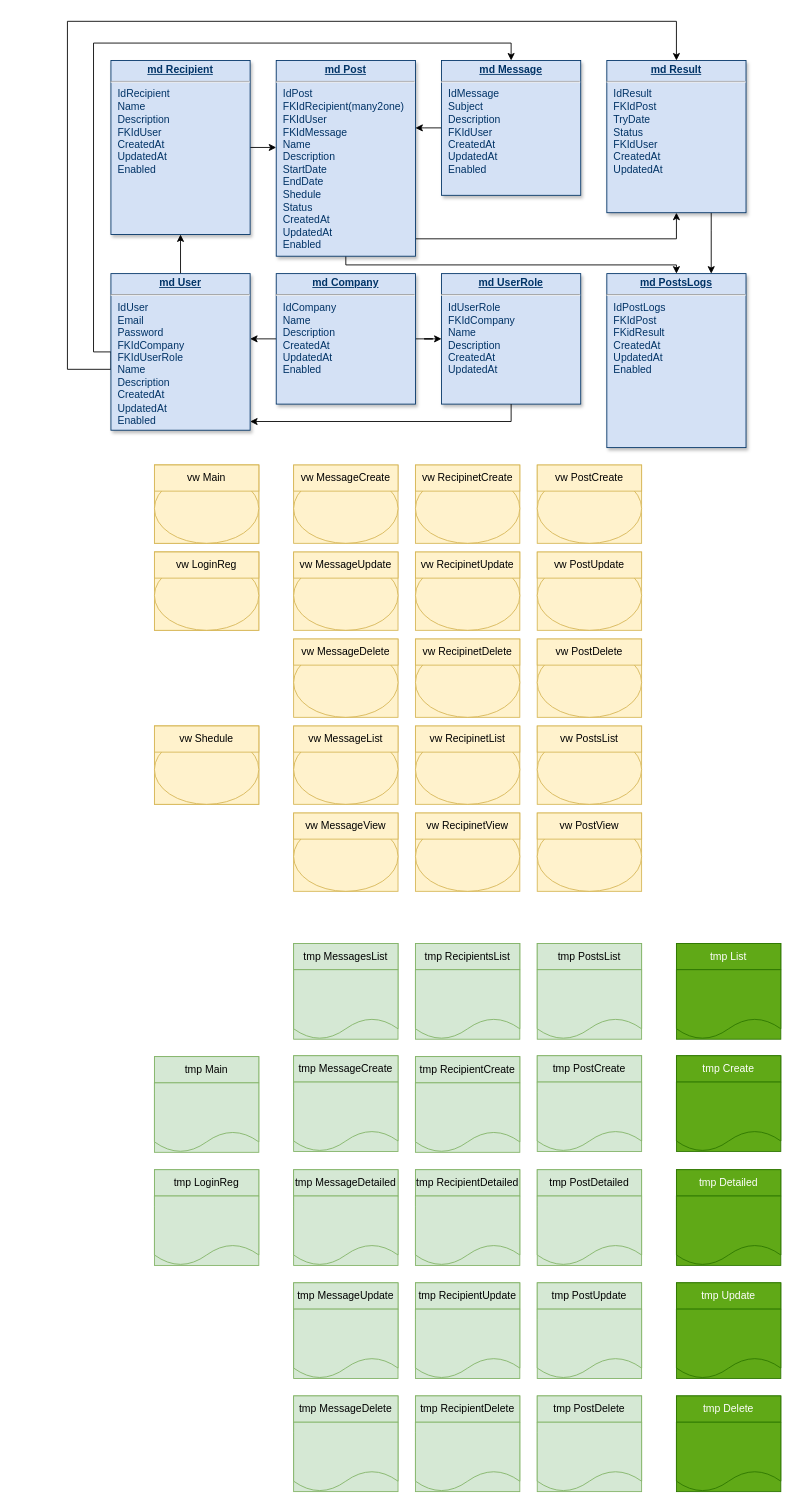
Above: Диаграмма без названия.drawio in Ganzolder/kursdjango (draw.io), before the change. Source tidied: cells renumbered, new cells numbered last; positions are measured from the earlier drawing's top-left corner, leaving out a move shared by most shapes. Both pictures are drawn from the tidied source at 87%, with x=0, y=0 at pixel (67, 21).
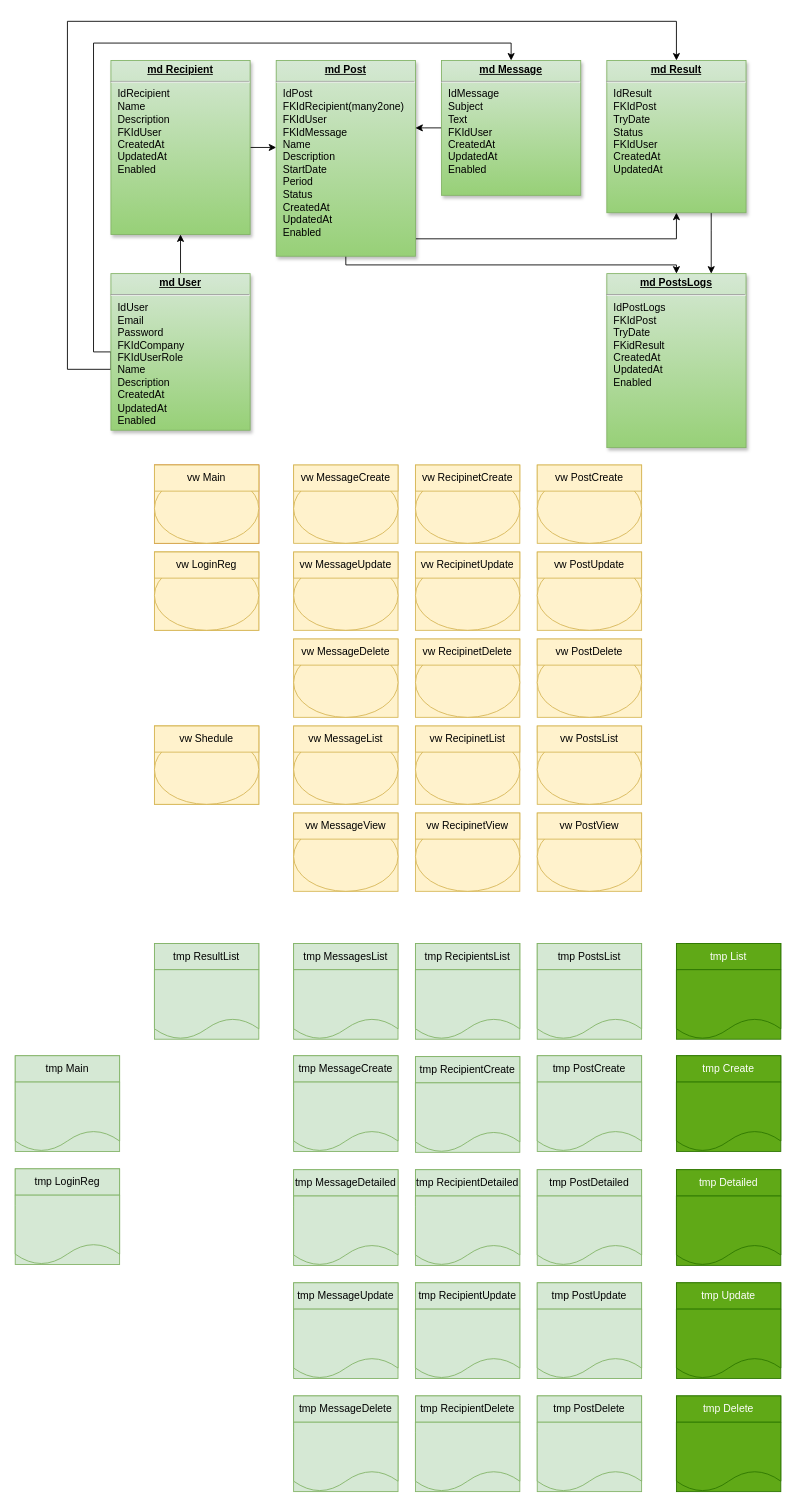
The same diagram, later.

What changed in the source:
```diff
@@
-    <mxCell id="2" value="&lt;p style=&quot;margin: 0px; margin-top: 4px; text-align: center; text-decoration: underline;&quot;&gt;&lt;strong&gt;md UserRole&lt;/strong&gt;&lt;/p&gt;&lt;hr&gt;&lt;p style=&quot;margin: 0px; margin-left: 8px;&quot;&gt;IdUserRole&lt;/p&gt;&lt;p style=&quot;margin: 0px; margin-left: 8px;&quot;&gt;FKIdCompany&lt;br&gt;Name&lt;/p&gt;&lt;p style=&quot;margin: 0px; margin-left: 8px;&quot;&gt;Description&lt;/p&gt;&lt;p style=&quot;margin: 0px; margin-left: 8px;&quot;&gt;CreatedAt&lt;/p&gt;&lt;p style=&quot;margin: 0px; margin-left: 8px;&quot;&gt;UpdatedAt&lt;/p&gt;" style="verticalAlign=top;align=left;overflow=fill;fontSize=12;fontFamily=Helvetica;html=1;strokeColor=#003366;shadow=1;fillColor=#D4E1F5;fontColor=#003366;" parent="1" vertex="1">
-      <mxGeometry x="430" y="290" width="160" height="150" as="geometry" />
-    </mxCell>
@@
-    <mxCell id="4" value="&lt;p style=&quot;margin: 0px; margin-top: 4px; text-align: center; text-decoration: underline;&quot;&gt;&lt;strong&gt;md Message&lt;/strong&gt;&lt;/p&gt;&lt;hr&gt;&lt;p style=&quot;margin: 0px; margin-left: 8px;&quot;&gt;&lt;span style=&quot;background-color: initial;&quot;&gt;IdMessage&lt;/span&gt;&lt;/p&gt;&lt;p style=&quot;margin: 0px; margin-left: 8px;&quot;&gt;&lt;span style=&quot;background-color: initial;&quot;&gt;Subject&lt;/span&gt;&lt;br&gt;&lt;/p&gt;&lt;p style=&quot;margin: 0px; margin-left: 8px;&quot;&gt;Description&lt;/p&gt;&lt;p style=&quot;margin: 0px; margin-left: 8px;&quot;&gt;FKIdUser&lt;br&gt;&lt;/p&gt;&lt;p style=&quot;margin: 0px; margin-left: 8px;&quot;&gt;CreatedAt&lt;/p&gt;&lt;p style=&quot;margin: 0px; margin-left: 8px;&quot;&gt;UpdatedAt&lt;/p&gt;&lt;p style=&quot;margin: 0px; margin-left: 8px;&quot;&gt;Enabled&lt;/p&gt;" style="verticalAlign=top;align=left;overflow=fill;fontSize=12;fontFamily=Helvetica;html=1;strokeColor=#003366;shadow=1;fillColor=#D4E1F5;fontColor=#003366;" parent="1" vertex="1">
+    <mxCell id="4" value="&lt;p style=&quot;margin: 0px; margin-top: 4px; text-align: center; text-decoration: underline;&quot;&gt;&lt;strong&gt;md Message&lt;/strong&gt;&lt;/p&gt;&lt;hr&gt;&lt;p style=&quot;margin: 0px; margin-left: 8px;&quot;&gt;&lt;span style=&quot;background-color: initial;&quot;&gt;IdMessage&lt;/span&gt;&lt;/p&gt;&lt;p style=&quot;margin: 0px; margin-left: 8px;&quot;&gt;&lt;span style=&quot;background-color: initial;&quot;&gt;Subject&lt;/span&gt;&lt;br&gt;&lt;/p&gt;&lt;p style=&quot;margin: 0px; margin-left: 8px;&quot;&gt;&lt;span style=&quot;background-color: initial;&quot;&gt;Text&lt;/span&gt;&lt;/p&gt;&lt;p style=&quot;margin: 0px; margin-left: 8px;&quot;&gt;&lt;span style=&quot;background-color: initial;&quot;&gt;FKIdUser&lt;/span&gt;&lt;br&gt;&lt;/p&gt;&lt;p style=&quot;margin: 0px; margin-left: 8px;&quot;&gt;CreatedAt&lt;/p&gt;&lt;p style=&quot;margin: 0px; margin-left: 8px;&quot;&gt;UpdatedAt&lt;/p&gt;&lt;p style=&quot;margin: 0px; margin-left: 8px;&quot;&gt;Enabled&lt;/p&gt;" style="verticalAlign=top;align=left;overflow=fill;fontSize=12;fontFamily=Helvetica;html=1;strokeColor=#82b366;shadow=1;fillColor=#d5e8d4;gradientColor=#97d077;" parent="1" vertex="1">
       <mxGeometry x="430" y="45" width="160" height="155" as="geometry" />
     </mxCell>
@@
-    <mxCell id="6" value="&lt;p style=&quot;margin: 0px; margin-top: 4px; text-align: center; text-decoration: underline;&quot;&gt;&lt;strong&gt;md Result&lt;/strong&gt;&lt;/p&gt;&lt;hr&gt;&lt;p style=&quot;margin: 0px; margin-left: 8px;&quot;&gt;IdResult&lt;/p&gt;&lt;p style=&quot;margin: 0px; margin-left: 8px;&quot;&gt;FKIdPost&lt;/p&gt;&lt;p style=&quot;margin: 0px; margin-left: 8px;&quot;&gt;TryDate&lt;/p&gt;&lt;p style=&quot;margin: 0px; margin-left: 8px;&quot;&gt;&lt;span style=&quot;background-color: initial;&quot;&gt;Status&lt;/span&gt;&lt;/p&gt;&lt;p style=&quot;margin: 0px; margin-left: 8px;&quot;&gt;&lt;span style=&quot;background-color: initial;&quot;&gt;FKIdUser&lt;/span&gt;&lt;br&gt;&lt;/p&gt;&lt;p style=&quot;margin: 0px; margin-left: 8px;&quot;&gt;CreatedAt&lt;/p&gt;&lt;p style=&quot;margin: 0px; margin-left: 8px;&quot;&gt;UpdatedAt&lt;/p&gt;" style="verticalAlign=top;align=left;overflow=fill;fontSize=12;fontFamily=Helvetica;html=1;strokeColor=#003366;shadow=1;fillColor=#D4E1F5;fontColor=#003366;" parent="1" vertex="1">
+    <mxCell id="6" value="&lt;p style=&quot;margin: 0px; margin-top: 4px; text-align: center; text-decoration: underline;&quot;&gt;&lt;strong&gt;md Result&lt;/strong&gt;&lt;/p&gt;&lt;hr&gt;&lt;p style=&quot;margin: 0px; margin-left: 8px;&quot;&gt;IdResult&lt;/p&gt;&lt;p style=&quot;margin: 0px; margin-left: 8px;&quot;&gt;FKIdPost&lt;/p&gt;&lt;p style=&quot;margin: 0px; margin-left: 8px;&quot;&gt;TryDate&lt;/p&gt;&lt;p style=&quot;margin: 0px; margin-left: 8px;&quot;&gt;&lt;span style=&quot;background-color: initial;&quot;&gt;Status&lt;/span&gt;&lt;/p&gt;&lt;p style=&quot;margin: 0px; margin-left: 8px;&quot;&gt;&lt;span style=&quot;background-color: initial;&quot;&gt;FKIdUser&lt;/span&gt;&lt;br&gt;&lt;/p&gt;&lt;p style=&quot;margin: 0px; margin-left: 8px;&quot;&gt;CreatedAt&lt;/p&gt;&lt;p style=&quot;margin: 0px; margin-left: 8px;&quot;&gt;UpdatedAt&lt;/p&gt;" style="verticalAlign=top;align=left;overflow=fill;fontSize=12;fontFamily=Helvetica;html=1;strokeColor=#82b366;shadow=1;fillColor=#d5e8d4;gradientColor=#97d077;" parent="1" vertex="1">
       <mxGeometry x="620" y="45" width="160" height="175" as="geometry" />
     </mxCell>
@@
-    <mxCell id="10" value="&lt;p style=&quot;margin: 0px; margin-top: 4px; text-align: center; text-decoration: underline;&quot;&gt;&lt;strong&gt;md User&lt;/strong&gt;&lt;/p&gt;&lt;hr&gt;&lt;p style=&quot;margin: 0px; margin-left: 8px;&quot;&gt;IdUser&lt;/p&gt;&lt;p style=&quot;margin: 0px; margin-left: 8px;&quot;&gt;Email&lt;/p&gt;&lt;p style=&quot;margin: 0px; margin-left: 8px;&quot;&gt;&lt;span style=&quot;background-color: initial;&quot;&gt;Password&lt;/span&gt;&lt;br&gt;&lt;/p&gt;&lt;p style=&quot;margin: 0px; margin-left: 8px;&quot;&gt;FKIdCompany&lt;/p&gt;&lt;p style=&quot;margin: 0px; margin-left: 8px;&quot;&gt;FKIdUserRole&lt;/p&gt;&lt;p style=&quot;margin: 0px; margin-left: 8px;&quot;&gt;Name&lt;/p&gt;&lt;p style=&quot;margin: 0px; margin-left: 8px;&quot;&gt;Description&lt;/p&gt;&lt;p style=&quot;margin: 0px; margin-left: 8px;&quot;&gt;CreatedAt&lt;/p&gt;&lt;p style=&quot;margin: 0px; margin-left: 8px;&quot;&gt;UpdatedAt&lt;/p&gt;&lt;p style=&quot;margin: 0px; margin-left: 8px;&quot;&gt;Enabled&lt;/p&gt;" style="verticalAlign=top;align=left;overflow=fill;fontSize=12;fontFamily=Helvetica;html=1;strokeColor=#003366;shadow=1;fillColor=#D4E1F5;fontColor=#003366;" parent="1" vertex="1">
+    <mxCell id="10" value="&lt;p style=&quot;margin: 0px; margin-top: 4px; text-align: center; text-decoration: underline;&quot;&gt;&lt;strong&gt;md User&lt;/strong&gt;&lt;/p&gt;&lt;hr&gt;&lt;p style=&quot;margin: 0px; margin-left: 8px;&quot;&gt;IdUser&lt;/p&gt;&lt;p style=&quot;margin: 0px; margin-left: 8px;&quot;&gt;Email&lt;/p&gt;&lt;p style=&quot;margin: 0px; margin-left: 8px;&quot;&gt;&lt;span style=&quot;background-color: initial;&quot;&gt;Password&lt;/span&gt;&lt;br&gt;&lt;/p&gt;&lt;p style=&quot;margin: 0px; margin-left: 8px;&quot;&gt;FKIdCompany&lt;/p&gt;&lt;p style=&quot;margin: 0px; margin-left: 8px;&quot;&gt;FKIdUserRole&lt;/p&gt;&lt;p style=&quot;margin: 0px; margin-left: 8px;&quot;&gt;Name&lt;/p&gt;&lt;p style=&quot;margin: 0px; margin-left: 8px;&quot;&gt;Description&lt;/p&gt;&lt;p style=&quot;margin: 0px; margin-left: 8px;&quot;&gt;CreatedAt&lt;/p&gt;&lt;p style=&quot;margin: 0px; margin-left: 8px;&quot;&gt;UpdatedAt&lt;/p&gt;&lt;p style=&quot;margin: 0px; margin-left: 8px;&quot;&gt;Enabled&lt;/p&gt;" style="verticalAlign=top;align=left;overflow=fill;fontSize=12;fontFamily=Helvetica;html=1;strokeColor=#82b366;shadow=1;fillColor=#d5e8d4;gradientColor=#97d077;" parent="1" vertex="1">
       <mxGeometry x="50" y="290" width="160" height="180" as="geometry" />
     </mxCell>
@@
-    <mxCell id="12" value="&lt;p style=&quot;margin: 0px; margin-top: 4px; text-align: center; text-decoration: underline;&quot;&gt;&lt;b&gt;md Recipient&lt;/b&gt;&lt;/p&gt;&lt;hr&gt;&lt;p style=&quot;margin: 0px; margin-left: 8px;&quot;&gt;IdRecipient&lt;/p&gt;&lt;p style=&quot;margin: 0px; margin-left: 8px;&quot;&gt;&lt;span style=&quot;background-color: initial;&quot;&gt;Name&lt;/span&gt;&lt;br&gt;&lt;/p&gt;&lt;p style=&quot;margin: 0px; margin-left: 8px;&quot;&gt;Description&lt;/p&gt;&lt;p style=&quot;margin: 0px; margin-left: 8px;&quot;&gt;FKIdUser&lt;span style=&quot;background-color: initial;&quot;&gt;&lt;br&gt;&lt;/span&gt;&lt;/p&gt;&lt;p style=&quot;margin: 0px; margin-left: 8px;&quot;&gt;&lt;span style=&quot;background-color: initial;&quot;&gt;CreatedAt&lt;/span&gt;&lt;br&gt;&lt;/p&gt;&lt;p style=&quot;margin: 0px; margin-left: 8px;&quot;&gt;UpdatedAt&lt;/p&gt;&lt;p style=&quot;margin: 0px; margin-left: 8px;&quot;&gt;Enabled&lt;br&gt;&lt;br&gt;&lt;/p&gt;" style="verticalAlign=top;align=left;overflow=fill;fontSize=12;fontFamily=Helvetica;html=1;strokeColor=#003366;shadow=1;fillColor=#D4E1F5;fontColor=#003366;" parent="1" vertex="1">
+    <mxCell id="12" value="&lt;p style=&quot;margin: 0px; margin-top: 4px; text-align: center; text-decoration: underline;&quot;&gt;&lt;b&gt;md Recipient&lt;/b&gt;&lt;/p&gt;&lt;hr&gt;&lt;p style=&quot;margin: 0px; margin-left: 8px;&quot;&gt;IdRecipient&lt;/p&gt;&lt;p style=&quot;margin: 0px; margin-left: 8px;&quot;&gt;&lt;span style=&quot;background-color: initial;&quot;&gt;Name&lt;/span&gt;&lt;br&gt;&lt;/p&gt;&lt;p style=&quot;margin: 0px; margin-left: 8px;&quot;&gt;Description&lt;/p&gt;&lt;p style=&quot;margin: 0px; margin-left: 8px;&quot;&gt;FKIdUser&lt;span style=&quot;background-color: initial;&quot;&gt;&lt;br&gt;&lt;/span&gt;&lt;/p&gt;&lt;p style=&quot;margin: 0px; margin-left: 8px;&quot;&gt;&lt;span style=&quot;background-color: initial;&quot;&gt;CreatedAt&lt;/span&gt;&lt;br&gt;&lt;/p&gt;&lt;p style=&quot;margin: 0px; margin-left: 8px;&quot;&gt;UpdatedAt&lt;/p&gt;&lt;p style=&quot;margin: 0px; margin-left: 8px;&quot;&gt;Enabled&lt;br&gt;&lt;br&gt;&lt;/p&gt;" style="verticalAlign=top;align=left;overflow=fill;fontSize=12;fontFamily=Helvetica;html=1;strokeColor=#82b366;shadow=1;fillColor=#d5e8d4;gradientColor=#97d077;" parent="1" vertex="1">
       <mxGeometry x="50" y="45" width="160" height="200" as="geometry" />
     </mxCell>
     <mxCell id="13" style="group;fillColor=#d5e8d4;strokeColor=#82b366;" parent="1" vertex="1">
-      <mxGeometry x="100" y="1190" width="120" height="110" as="geometry" />
+      <mxGeometry x="-60" y="1189" width="120" height="110" as="geometry" />
     </mxCell>
@@
-    <mxCell id="25" style="group;fillColor=#fff2cc;strokeColor=#d6b656;" parent="1" vertex="1">
+    <mxCell id="25" style="group;fillColor=#fa6800;strokeColor=#C73500;fontColor=#000000;" parent="1" vertex="1">
       <mxGeometry x="100" y="510" width="120" height="90" as="geometry" />
     </mxCell>
@@
-    <mxCell id="44" value="&lt;p style=&quot;margin: 0px; margin-top: 4px; text-align: center; text-decoration: underline;&quot;&gt;&lt;b&gt;md PostsLogs&lt;/b&gt;&lt;/p&gt;&lt;hr&gt;&lt;p style=&quot;margin: 0px; margin-left: 8px;&quot;&gt;IdPostLogs&lt;/p&gt;&lt;p style=&quot;margin: 0px; margin-left: 8px;&quot;&gt;FKIdPost&lt;/p&gt;&lt;p style=&quot;margin: 0px; margin-left: 8px;&quot;&gt;FKidResult&lt;/p&gt;&lt;p style=&quot;margin: 0px; margin-left: 8px;&quot;&gt;&lt;span style=&quot;background-color: initial;&quot;&gt;CreatedAt&lt;/span&gt;&lt;br&gt;&lt;/p&gt;&lt;p style=&quot;margin: 0px; margin-left: 8px;&quot;&gt;UpdatedAt&lt;/p&gt;&lt;p style=&quot;margin: 0px; margin-left: 8px;&quot;&gt;Enabled&lt;br&gt;&lt;br&gt;&lt;/p&gt;" style="verticalAlign=top;align=left;overflow=fill;fontSize=12;fontFamily=Helvetica;html=1;strokeColor=#003366;shadow=1;fillColor=#D4E1F5;fontColor=#003366;" parent="1" vertex="1">
+    <mxCell id="44" value="&lt;p style=&quot;margin: 0px; margin-top: 4px; text-align: center; text-decoration: underline;&quot;&gt;&lt;b&gt;md PostsLogs&lt;/b&gt;&lt;/p&gt;&lt;hr&gt;&lt;p style=&quot;margin: 0px; margin-left: 8px;&quot;&gt;IdPostLogs&lt;/p&gt;&lt;p style=&quot;margin: 0px; margin-left: 8px;&quot;&gt;FKIdPost&lt;/p&gt;&lt;p style=&quot;margin: 0px; margin-left: 8px;&quot;&gt;TryDate&lt;/p&gt;&lt;p style=&quot;margin: 0px; margin-left: 8px;&quot;&gt;FKidResult&lt;/p&gt;&lt;p style=&quot;margin: 0px; margin-left: 8px;&quot;&gt;&lt;span style=&quot;background-color: initial;&quot;&gt;CreatedAt&lt;/span&gt;&lt;br&gt;&lt;/p&gt;&lt;p style=&quot;margin: 0px; margin-left: 8px;&quot;&gt;UpdatedAt&lt;/p&gt;&lt;p style=&quot;margin: 0px; margin-left: 8px;&quot;&gt;Enabled&lt;br&gt;&lt;br&gt;&lt;/p&gt;" style="verticalAlign=top;align=left;overflow=fill;fontSize=12;fontFamily=Helvetica;html=1;strokeColor=#82b366;shadow=1;fillColor=#d5e8d4;gradientColor=#97d077;" parent="1" vertex="1">
       <mxGeometry x="620" y="290" width="160" height="200" as="geometry" />
     </mxCell>
@@
     <mxCell id="115" style="group;fillColor=#d5e8d4;strokeColor=#82b366;" parent="1" vertex="1">
-      <mxGeometry x="100" y="1320" width="120" height="110" as="geometry" />
+      <mxGeometry x="-60" y="1319" width="120" height="110" as="geometry" />
     </mxCell>
@@
-    <mxCell id="139" value="&lt;p style=&quot;margin: 0px; margin-top: 4px; text-align: center; text-decoration: underline;&quot;&gt;&lt;strong&gt;md Post&lt;/strong&gt;&lt;/p&gt;&lt;hr&gt;&lt;p style=&quot;margin: 0px; margin-left: 8px;&quot;&gt;IdPost&lt;/p&gt;&lt;p style=&quot;margin: 0px; margin-left: 8px;&quot;&gt;FKIdRecipient(many2one)&lt;/p&gt;&lt;p style=&quot;margin: 0px; margin-left: 8px;&quot;&gt;FKIdUser&lt;/p&gt;&lt;p style=&quot;margin: 0px; margin-left: 8px;&quot;&gt;FKIdMessage&lt;br&gt;Name&lt;/p&gt;&lt;p style=&quot;margin: 0px; margin-left: 8px;&quot;&gt;Description&lt;/p&gt;&lt;p style=&quot;margin: 0px 0px 0px 8px;&quot;&gt;StartDate&lt;/p&gt;&lt;p style=&quot;margin: 0px 0px 0px 8px;&quot;&gt;EndDate&lt;/p&gt;&lt;p style=&quot;margin: 0px 0px 0px 8px;&quot;&gt;Shedule&lt;/p&gt;&lt;p style=&quot;margin: 0px 0px 0px 8px;&quot;&gt;Status&lt;/p&gt;&lt;p style=&quot;margin: 0px 0px 0px 8px;&quot;&gt;&lt;span style=&quot;background-color: initial;&quot;&gt;CreatedAt&lt;/span&gt;&lt;br&gt;&lt;/p&gt;&lt;p style=&quot;margin: 0px; margin-left: 8px;&quot;&gt;UpdatedAt&lt;/p&gt;&lt;p style=&quot;margin: 0px; margin-left: 8px;&quot;&gt;Enabled&lt;/p&gt;" style="verticalAlign=top;align=left;overflow=fill;fontSize=12;fontFamily=Helvetica;html=1;strokeColor=#003366;shadow=1;fillColor=#D4E1F5;fontColor=#003366;" parent="1" vertex="1">
+    <mxCell id="139" value="&lt;p style=&quot;margin: 0px; margin-top: 4px; text-align: center; text-decoration: underline;&quot;&gt;&lt;strong&gt;md Post&lt;/strong&gt;&lt;/p&gt;&lt;hr&gt;&lt;p style=&quot;margin: 0px; margin-left: 8px;&quot;&gt;IdPost&lt;/p&gt;&lt;p style=&quot;margin: 0px; margin-left: 8px;&quot;&gt;FKIdRecipient(many2one)&lt;/p&gt;&lt;p style=&quot;margin: 0px; margin-left: 8px;&quot;&gt;FKIdUser&lt;/p&gt;&lt;p style=&quot;margin: 0px; margin-left: 8px;&quot;&gt;FKIdMessage&lt;br&gt;Name&lt;/p&gt;&lt;p style=&quot;margin: 0px; margin-left: 8px;&quot;&gt;Description&lt;/p&gt;&lt;p style=&quot;margin: 0px 0px 0px 8px;&quot;&gt;StartDate&lt;/p&gt;&lt;p style=&quot;margin: 0px 0px 0px 8px;&quot;&gt;Period&lt;br&gt;&lt;/p&gt;&lt;p style=&quot;margin: 0px 0px 0px 8px;&quot;&gt;&lt;span style=&quot;background-color: initial;&quot;&gt;Status&lt;/span&gt;&lt;br&gt;&lt;/p&gt;&lt;p style=&quot;margin: 0px 0px 0px 8px;&quot;&gt;&lt;span style=&quot;background-color: initial;&quot;&gt;CreatedAt&lt;/span&gt;&lt;br&gt;&lt;/p&gt;&lt;p style=&quot;margin: 0px; margin-left: 8px;&quot;&gt;UpdatedAt&lt;/p&gt;&lt;p style=&quot;margin: 0px; margin-left: 8px;&quot;&gt;Enabled&lt;/p&gt;" style="verticalAlign=top;align=left;overflow=fill;fontSize=12;fontFamily=Helvetica;html=1;strokeColor=#82b366;shadow=1;fillColor=#d5e8d4;gradientColor=#97d077;" parent="1" vertex="1">
       <mxGeometry x="240" y="45" width="160" height="225" as="geometry" />
     </mxCell>
-    <mxCell id="140" style="edgeStyle=orthogonalEdgeStyle;rounded=0;jettySize=auto;html=1;" parent="1" edge="1" source="142" target="10">
-      <mxGeometry relative="1" as="geometry">
-        <Array as="points">
-          <mxPoint x="220" y="365" />
-          <mxPoint x="220" y="365" />
-        </Array>
-      </mxGeometry>
-    </mxCell>
-    <mxCell id="141" style="edgeStyle=orthogonalEdgeStyle;rounded=0;jettySize=auto;html=1;entryX=0;entryY=0.5;entryDx=0;entryDy=0;" parent="1" edge="1" source="142" target="2">
-      <mxGeometry relative="1" as="geometry" />
-    </mxCell>
-    <mxCell id="142" value="&lt;p style=&quot;margin: 0px; margin-top: 4px; text-align: center; text-decoration: underline;&quot;&gt;&lt;strong&gt;md Company&lt;/strong&gt;&lt;/p&gt;&lt;hr&gt;&lt;p style=&quot;margin: 0px; margin-left: 8px;&quot;&gt;IdCompany&lt;/p&gt;&lt;p style=&quot;margin: 0px; margin-left: 8px;&quot;&gt;&lt;span style=&quot;background-color: initial;&quot;&gt;Name&lt;/span&gt;&lt;br&gt;&lt;/p&gt;&lt;p style=&quot;margin: 0px; margin-left: 8px;&quot;&gt;Description&lt;/p&gt;&lt;p style=&quot;margin: 0px; margin-left: 8px;&quot;&gt;CreatedAt&lt;/p&gt;&lt;p style=&quot;margin: 0px; margin-left: 8px;&quot;&gt;UpdatedAt&lt;/p&gt;&lt;p style=&quot;margin: 0px; margin-left: 8px;&quot;&gt;Enabled&lt;/p&gt;" style="verticalAlign=top;align=left;overflow=fill;fontSize=12;fontFamily=Helvetica;html=1;strokeColor=#003366;shadow=1;fillColor=#D4E1F5;fontColor=#003366;" parent="1" vertex="1">
-      <mxGeometry x="240" y="290" width="160" height="150" as="geometry" />
-    </mxCell>
-    <mxCell id="143" style="edgeStyle=orthogonalEdgeStyle;rounded=0;jettySize=auto;html=1;" parent="1" edge="1" source="2" target="10">
-      <mxGeometry relative="1" as="geometry">
-        <Array as="points">
-          <mxPoint x="510" y="460" />
-        </Array>
-      </mxGeometry>
-    </mxCell>
+    <mxCell id="144" style="group;fillColor=#d5e8d4;strokeColor=#82b366;" parent="1" vertex="1">
+      <mxGeometry x="100" y="1060" width="120" height="110" as="geometry" />
+    </mxCell>
+    <mxCell id="145" style="shape=document;whiteSpace=wrap;html=1;boundedLbl=1;fillColor=#d5e8d4;strokeColor=#82b366;" parent="144" vertex="1">
+      <mxGeometry y="30" width="120" height="80" as="geometry" />
+    </mxCell>
+    <mxCell id="146" value="tmp ResultList" style="rounded=0;whiteSpace=wrap;html=1;fillColor=#d5e8d4;strokeColor=#82b366;" parent="144" vertex="1">
+      <mxGeometry width="120" height="30" as="geometry" />
+    </mxCell>
```
